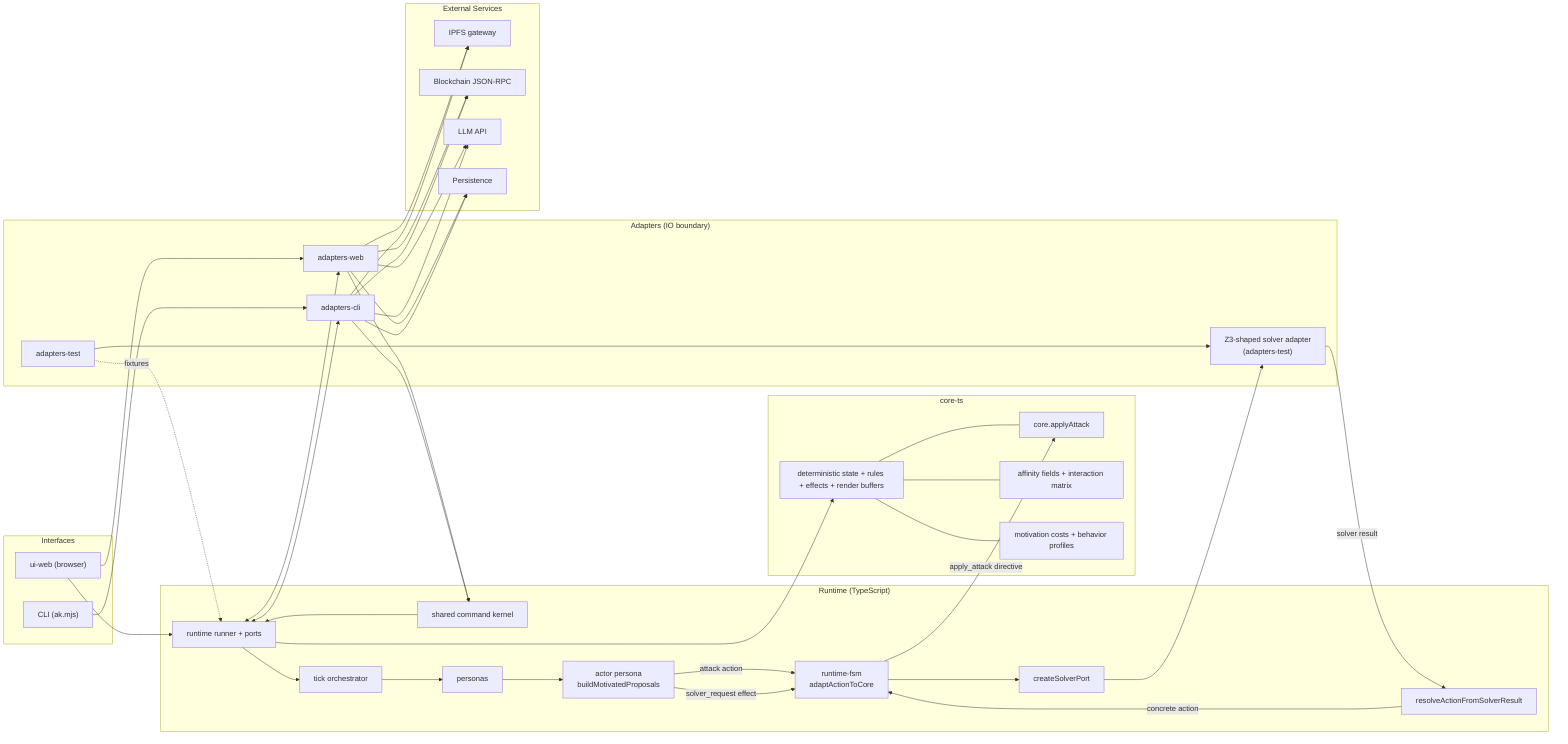
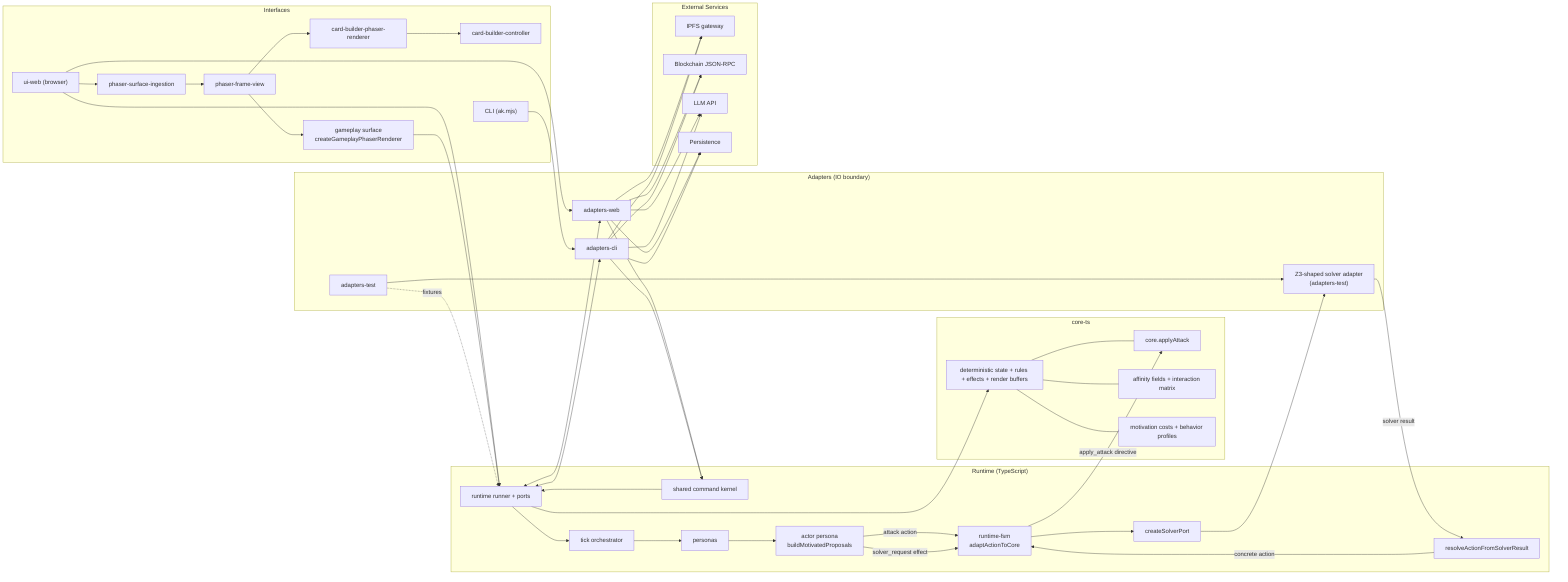
%% Architecture overview (Ports & Adapters)
flowchart LR
  subgraph Interfaces["Interfaces"]
    UIWeb["ui-web (browser)"]
+     PhaserFrame["phaser-frame-view"]
+     CardBuilderRenderer["card-builder-phaser-renderer"]
+     CardBuilderController["card-builder-controller"]
+     GameplaySurface["gameplay surface\ncreateGameplayPhaserRenderer"]
+     PhaserIngestion["phaser-surface-ingestion"]
    CLI["CLI (ak.mjs)"]
  end

  subgraph Runtime["Runtime (TypeScript)"]
    CommandKernel["shared command kernel"]
    RuntimePorts["runtime runner + ports"]
    TickOrch["tick orchestrator"]
    Personas["personas"]
    ActorPersona["actor persona\nbuildMotivatedProposals"]
    RuntimeFSM["runtime-fsm\nadaptActionToCore"]
    SolverPort["createSolverPort"]
    SolverResolver["resolveActionFromSolverResult"]
  end

  subgraph Core["core-ts"]
    CoreEngine["deterministic state + rules + effects + render buffers"]
    CombatCore["core.applyAttack"]
    AffinityCore["affinity fields + interaction matrix"]
    MotivationCore["motivation costs + behavior profiles"]
    CoreEngine --- AffinityCore
    CoreEngine --- MotivationCore
    CoreEngine --- CombatCore
  end

  subgraph Adapters["Adapters (IO boundary)"]
    AWeb["adapters-web"]
    ACli["adapters-cli"]
    ATest["adapters-test"]
    Z3Adapter["Z3-shaped solver adapter\n(adapters-test)"]
  end

  subgraph External["External Services"]
    IPFS["IPFS gateway"]
    Chain["Blockchain JSON-RPC"]
    LLM["LLM API"]
    Storage["Persistence"]
  end

  UIWeb --> RuntimePorts
  UIWeb --> AWeb
+   UIWeb --> PhaserIngestion
+   PhaserIngestion --> PhaserFrame
+   PhaserFrame --> CardBuilderRenderer
+   CardBuilderRenderer --> CardBuilderController
+   PhaserFrame --> GameplaySurface
+   GameplaySurface --> RuntimePorts
  CLI --> ACli
  AWeb --> CommandKernel
  ACli --> CommandKernel
  CommandKernel --> RuntimePorts
  RuntimePorts --> TickOrch
  TickOrch --> Personas
  RuntimePorts --> CoreEngine
  Personas --> ActorPersona
  ActorPersona -- "attack action" --> RuntimeFSM
  RuntimeFSM -- "apply_attack directive" --> CombatCore
  ActorPersona -- "solver_request effect" --> RuntimeFSM
  RuntimeFSM --> SolverPort
  SolverPort --> Z3Adapter
  Z3Adapter -- "solver result" --> SolverResolver
  SolverResolver -- "concrete action" --> RuntimeFSM

  RuntimePorts <--> AWeb
  RuntimePorts <--> ACli
  ATest -.fixtures.-> RuntimePorts
  ATest --> Z3Adapter

  AWeb --> IPFS
  AWeb --> Chain
  AWeb --> LLM
  AWeb --> Storage
  ACli --> IPFS
  ACli --> Chain
  ACli --> LLM
  ACli --> Storage
